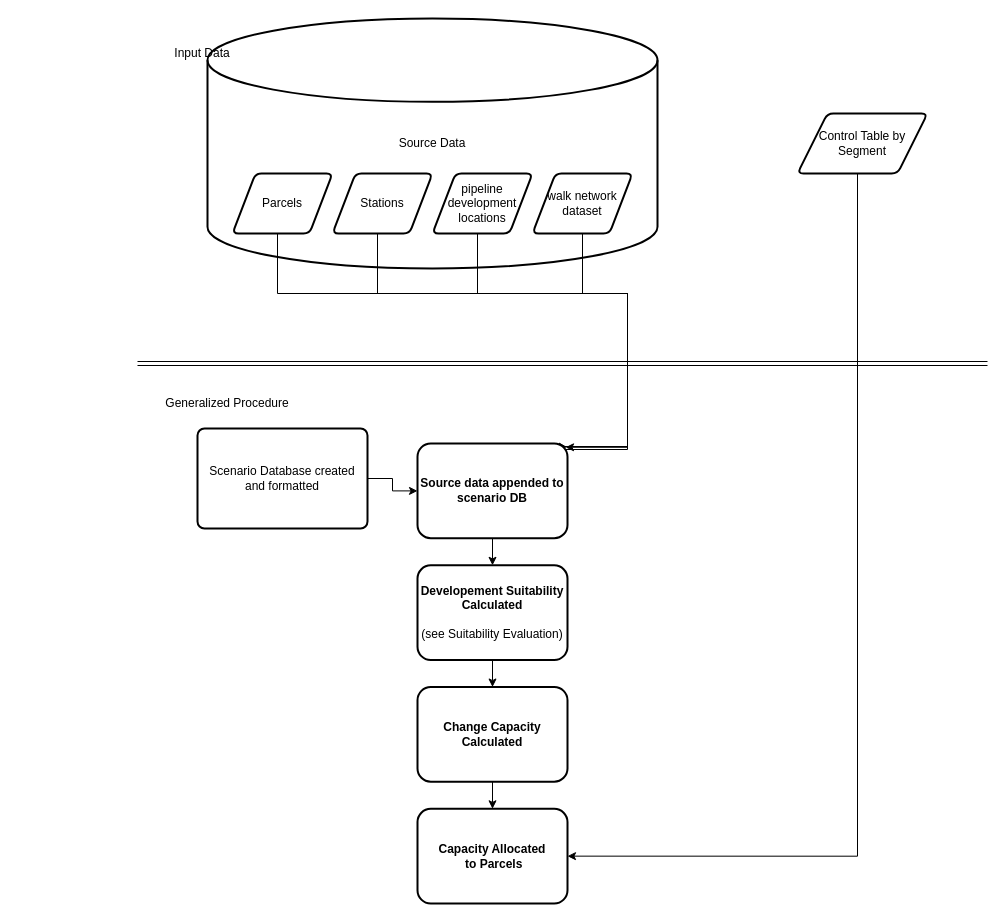
renaissanceplanning/LCBRT_TOD keeps this draw.io diagram as page "Allocation Process General" (1 of 4) of AllocationProcess.drawio. Above is the earlier version. Source tidied: cells renumbered, new cells numbered last; positions are measured from the earlier drawing's top-left corner, leaving out a move shared by most shapes. Both pictures are drawn from the tidied source at 100%, with x=0, y=0 at pixel (137, 18).
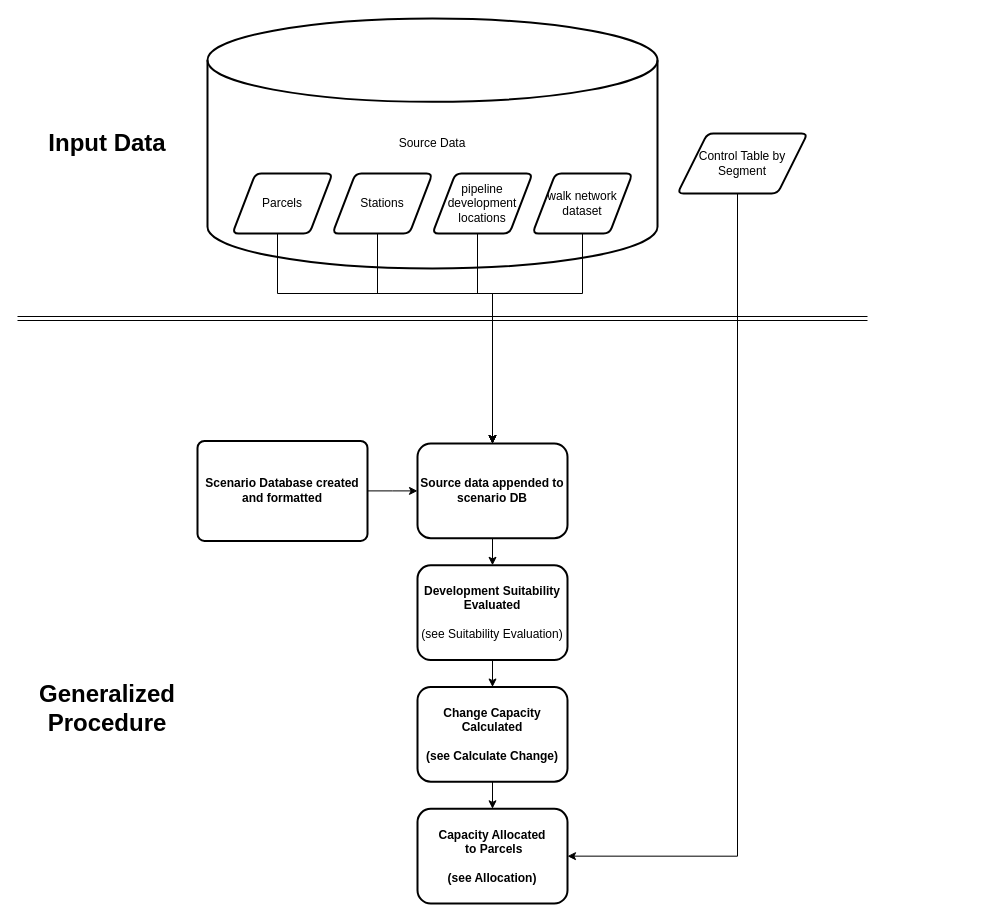
After the change.

Commit message (it also covers changes not shown here):
minor update to allocation process diagram, commit of html copy

Unchanged cells that the change refers to:
```xml
<mxCell id="4" value="Parcels" style="shape=parallelogram;html=1;strokeWidth=2;perimeter=parallelogramPerimeter;whiteSpace=wrap;rounded=1;arcSize=12;size=0.23;" parent="1" vertex="1">
  <mxGeometry x="95" y="155" width="100" height="60" as="geometry" />
</mxCell>
<mxCell id="6" value="Stations" style="shape=parallelogram;html=1;strokeWidth=2;perimeter=parallelogramPerimeter;whiteSpace=wrap;rounded=1;arcSize=12;size=0.23;" parent="1" vertex="1">
  <mxGeometry x="195" y="155" width="100" height="60" as="geometry" />
</mxCell>
<mxCell id="8" value="walk network dataset" style="shape=parallelogram;html=1;strokeWidth=2;perimeter=parallelogramPerimeter;whiteSpace=wrap;rounded=1;arcSize=12;size=0.23;" parent="1" vertex="1">
  <mxGeometry x="395" y="155" width="100" height="60" as="geometry" />
</mxCell>
<mxCell id="10" value="pipeline development locations" style="shape=parallelogram;html=1;strokeWidth=2;perimeter=parallelogramPerimeter;whiteSpace=wrap;rounded=1;arcSize=12;size=0.23;" parent="1" vertex="1">
  <mxGeometry x="295" y="155" width="100" height="60" as="geometry" />
</mxCell>
<mxCell id="18" style="group;" parent="1" vertex="1">
  <mxGeometry x="280" y="425" width="150" height="460" as="geometry" />
</mxCell>
<mxCell id="19" value="&lt;b&gt;Source data appended to scenario DB&lt;/b&gt;" style="whiteSpace=wrap;html=1;rounded=1;strokeWidth=2;arcSize=14;" parent="18" vertex="1">
  <mxGeometry width="150" height="94.7" as="geometry" />
</mxCell>
```

What changed in the source:
```diff
@@
-    <mxCell id="3" style="edgeStyle=orthogonalEdgeStyle;rounded=0;jettySize=auto;html=1;entryX=0.987;entryY=0.092;entryDx=0;entryDy=0;entryPerimeter=0;" parent="1" edge="1" source="4" target="19">
+    <mxCell id="3" style="edgeStyle=orthogonalEdgeStyle;rounded=0;jettySize=auto;html=1;entryX=0.5;entryY=0;entryDx=0;entryDy=0;" parent="1" edge="1" source="4" target="19">
       <mxGeometry relative="1" as="geometry">
         <Array as="points">
           <mxPoint x="140" y="275" />
-          <mxPoint x="490" y="275" />
-          <mxPoint x="490" y="431" />
-          <mxPoint x="410" y="431" />
+          <mxPoint x="355" y="275" />
         </Array>
       </mxGeometry>
     </mxCell>
@@
-    <mxCell id="5" style="edgeStyle=orthogonalEdgeStyle;rounded=0;jettySize=auto;html=1;entryX=0.989;entryY=0.048;entryDx=0;entryDy=0;entryPerimeter=0;" parent="1" edge="1" source="6" target="19">
+    <mxCell id="5" style="edgeStyle=orthogonalEdgeStyle;rounded=0;jettySize=auto;html=1;entryX=0.5;entryY=0;entryDx=0;entryDy=0;" parent="1" edge="1" source="6" target="19">
       <mxGeometry relative="1" as="geometry">
         <Array as="points">
           <mxPoint x="240" y="275" />
-          <mxPoint x="490" y="275" />
-          <mxPoint x="490" y="428" />
-          <mxPoint x="420" y="428" />
+          <mxPoint x="355" y="275" />
         </Array>
       </mxGeometry>
     </mxCell>
@@
-    <mxCell id="7" style="edgeStyle=orthogonalEdgeStyle;rounded=0;jettySize=auto;html=1;exitX=0.5;exitY=1;exitDx=0;exitDy=0;entryX=0.987;entryY=0.04;entryDx=0;entryDy=0;entryPerimeter=0;" parent="1" edge="1" source="8" target="19">
+    <mxCell id="7" style="edgeStyle=orthogonalEdgeStyle;rounded=0;jettySize=auto;html=1;exitX=0.5;exitY=1;exitDx=0;exitDy=0;entryX=0.5;entryY=0;entryDx=0;entryDy=0;" parent="1" edge="1" source="8" target="19">
       <mxGeometry relative="1" as="geometry">
         <Array as="points">
           <mxPoint x="445" y="275" />
-          <mxPoint x="490" y="275" />
-          <mxPoint x="490" y="428" />
+          <mxPoint x="355" y="275" />
         </Array>
       </mxGeometry>
     </mxCell>
@@
-    <mxCell id="9" style="edgeStyle=orthogonalEdgeStyle;rounded=0;jettySize=auto;html=1;entryX=0.997;entryY=0.037;entryDx=0;entryDy=0;entryPerimeter=0;" parent="1" edge="1" source="10" target="19">
+    <mxCell id="9" style="edgeStyle=orthogonalEdgeStyle;rounded=0;jettySize=auto;html=1;entryX=0.5;entryY=0;entryDx=0;entryDy=0;" parent="1" edge="1" source="10" target="19">
       <mxGeometry relative="1" as="geometry">
         <Array as="points">
           <mxPoint x="340" y="275" />
-          <mxPoint x="490" y="275" />
-          <mxPoint x="490" y="428" />
-          <mxPoint x="420" y="428" />
+          <mxPoint x="355" y="275" />
         </Array>
       </mxGeometry>
     </mxCell>
@@
-    <mxCell id="12" value="Scenario Database created and formatted" style="rounded=1;whiteSpace=wrap;html=1;absoluteArcSize=1;arcSize=14;strokeWidth=2;" parent="1" vertex="1">
-      <mxGeometry x="60" y="410" width="170" height="100" as="geometry" />
+    <mxCell id="12" value="&lt;b&gt;Scenario Database created and formatted&lt;/b&gt;" style="rounded=1;whiteSpace=wrap;html=1;absoluteArcSize=1;arcSize=14;strokeWidth=2;" parent="1" vertex="1">
+      <mxGeometry x="60" y="422.4" width="170" height="100" as="geometry" />
     </mxCell>
     <mxCell id="13" style="edgeStyle=orthogonalEdgeStyle;rounded=0;jettySize=auto;html=1;entryX=1;entryY=0.5;entryDx=0;entryDy=0;" parent="1" edge="1" source="14" target="24">
       <mxGeometry relative="1" as="geometry">
         <Array as="points">
-          <mxPoint x="720" y="838" />
+          <mxPoint x="600" y="838" />
         </Array>
       </mxGeometry>
     </mxCell>
     <mxCell id="14" value="Control Table by Segment" style="shape=parallelogram;html=1;strokeWidth=2;perimeter=parallelogramPerimeter;whiteSpace=wrap;rounded=1;arcSize=12;size=0.23;" parent="1" vertex="1">
-      <mxGeometry x="660" y="95" width="130" height="60" as="geometry" />
+      <mxGeometry x="540" y="115" width="130" height="60" as="geometry" />
     </mxCell>
-    <mxCell id="15" value="Input Data" style="text;html=1;strokeColor=none;fillColor=none;align=center;verticalAlign=middle;whiteSpace=wrap;rounded=0;" parent="1" vertex="1">
-      <mxGeometry x="20" y="25" width="90" height="20" as="geometry" />
+    <mxCell id="15" value="&lt;h1&gt;Input Data&lt;/h1&gt;" style="text;html=1;strokeColor=none;fillColor=none;align=center;verticalAlign=middle;whiteSpace=wrap;rounded=0;" parent="1" vertex="1">
+      <mxGeometry x="-110" y="115" width="160" height="20" as="geometry" />
     </mxCell>
     <mxCell id="16" style="shape=link;html=1;" parent="1" edge="1">
       <mxGeometry relative="1" as="geometry">
-        <mxPoint y="345" as="sourcePoint" />
-        <mxPoint x="850" y="345" as="targetPoint" />
+        <mxPoint x="-120" y="300" as="sourcePoint" />
+        <mxPoint x="730" y="300" as="targetPoint" />
       </mxGeometry>
     </mxCell>
-    <mxCell id="17" value="Generalized Procedure" style="text;html=1;strokeColor=none;fillColor=none;align=center;verticalAlign=middle;whiteSpace=wrap;rounded=0;" parent="1" vertex="1">
-      <mxGeometry x="20" y="375" width="140" height="20" as="geometry" />
+    <mxCell id="17" value="&lt;h1&gt;Generalized Procedure&lt;/h1&gt;" style="text;html=1;strokeColor=none;fillColor=none;align=center;verticalAlign=middle;whiteSpace=wrap;rounded=0;" parent="1" vertex="1">
+      <mxGeometry x="-100" y="680" width="140" height="20" as="geometry" />
     </mxCell>
@@
-    <mxCell id="20" value="&lt;b&gt;Developement Suitability Calculated &lt;br&gt;&lt;/b&gt;&lt;br&gt;(see Suitability Evaluation)" style="whiteSpace=wrap;html=1;rounded=1;strokeWidth=2;arcSize=14;" parent="18" vertex="1">
+    <mxCell id="20" value="&lt;b&gt;Development Suitability Evaluated&lt;br&gt;&lt;/b&gt;&lt;br&gt;(see Suitability Evaluation)" style="whiteSpace=wrap;html=1;rounded=1;strokeWidth=2;arcSize=14;" parent="18" vertex="1">
       <mxGeometry y="121.8" width="150" height="94.7" as="geometry" />
     </mxCell>
@@
-    <mxCell id="22" value="&lt;b&gt;Change Capacity Calculated&lt;/b&gt;" style="whiteSpace=wrap;html=1;rounded=1;strokeWidth=2;arcSize=14;" parent="18" vertex="1">
+    <mxCell id="22" value="&lt;b&gt;Change Capacity Calculated&lt;br&gt;&lt;br&gt;(see Calculate Change)&lt;br&gt;&lt;/b&gt;" style="whiteSpace=wrap;html=1;rounded=1;strokeWidth=2;arcSize=14;" parent="18" vertex="1">
       <mxGeometry y="243.5" width="150" height="94.7" as="geometry" />
     </mxCell>
@@
-    <mxCell id="24" value="&lt;b&gt;Capacity Allocated&lt;br&gt;&amp;nbsp;to Parcels&lt;/b&gt;" style="whiteSpace=wrap;html=1;rounded=1;strokeWidth=2;arcSize=14;" parent="18" vertex="1">
+    <mxCell id="24" value="&lt;b&gt;Capacity Allocated&lt;br&gt;&amp;nbsp;to Parcels&lt;br&gt;&lt;br&gt;(see Allocation)&lt;br&gt;&lt;/b&gt;" style="whiteSpace=wrap;html=1;rounded=1;strokeWidth=2;arcSize=14;" parent="18" vertex="1">
       <mxGeometry y="365.3" width="150" height="94.7" as="geometry" />
     </mxCell>
```
